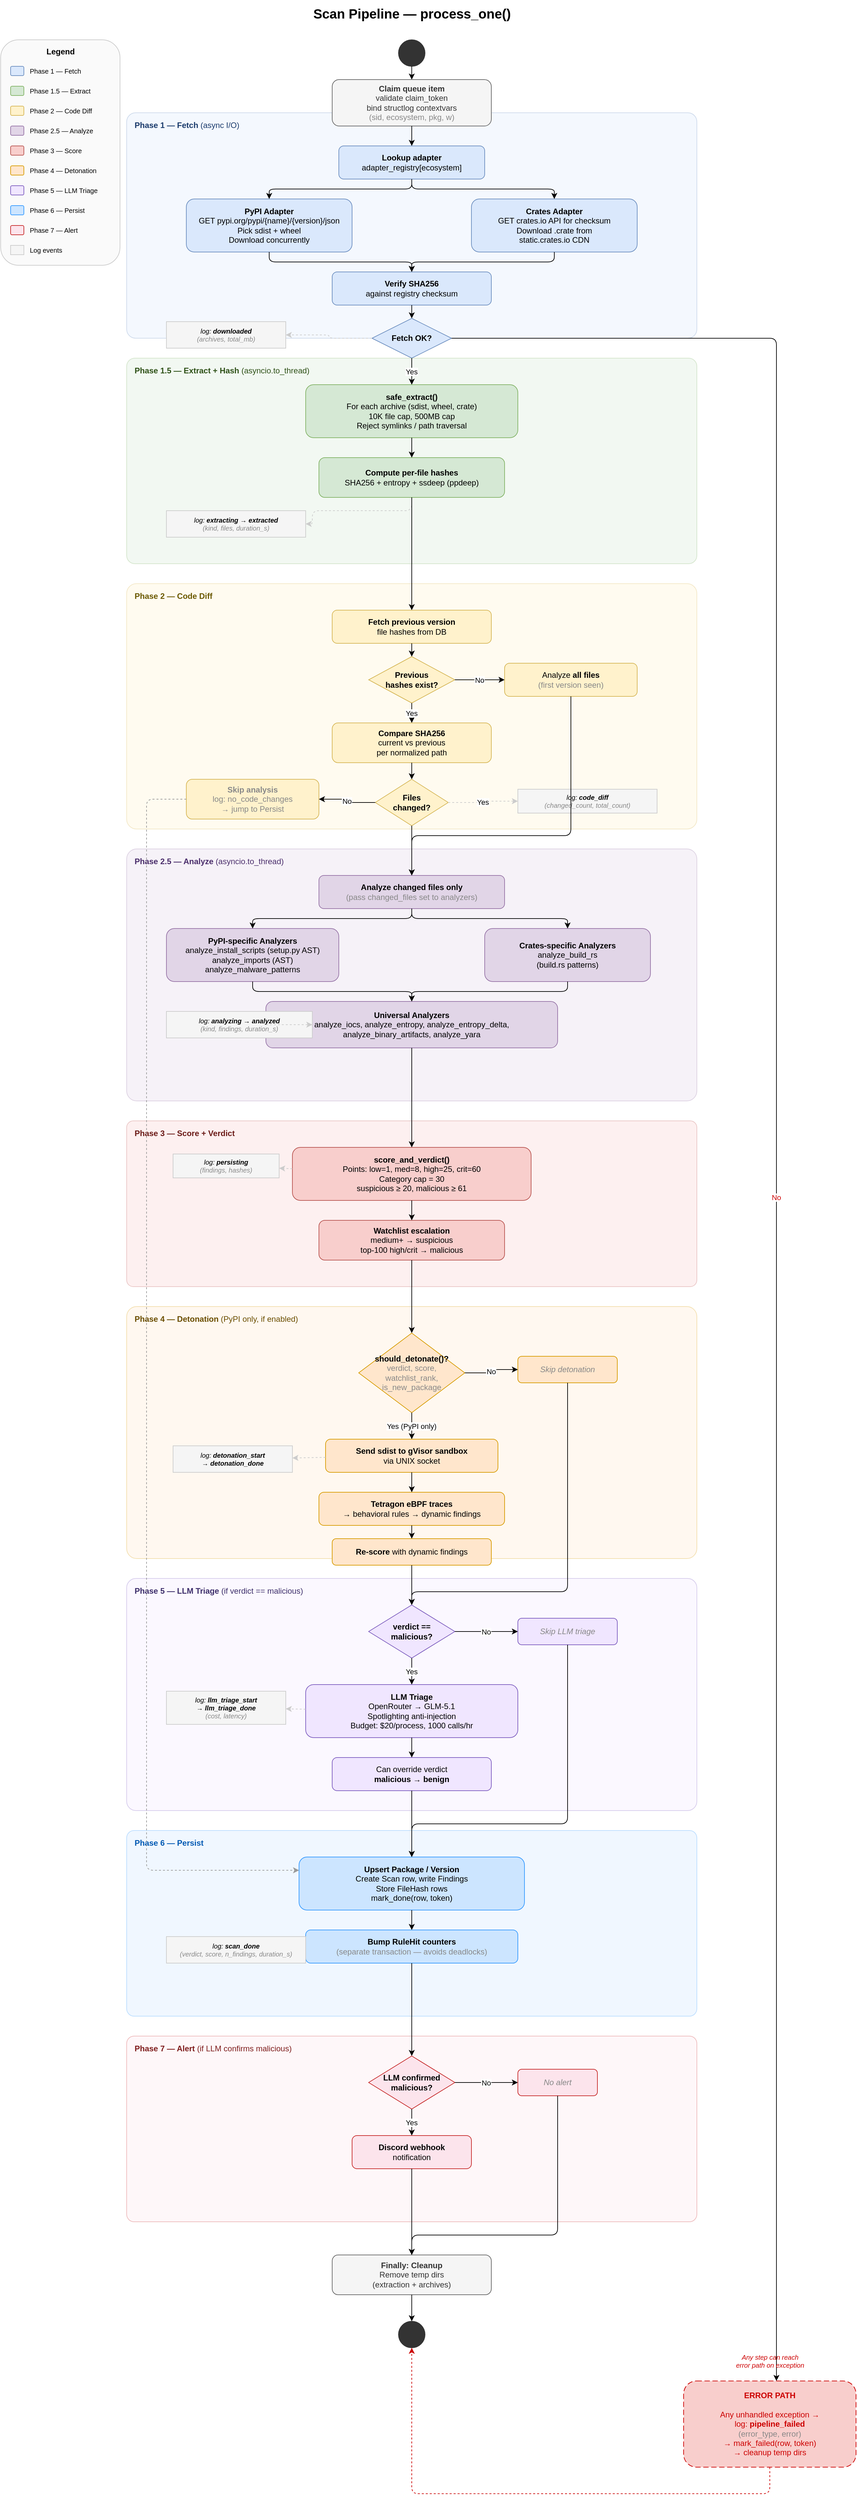
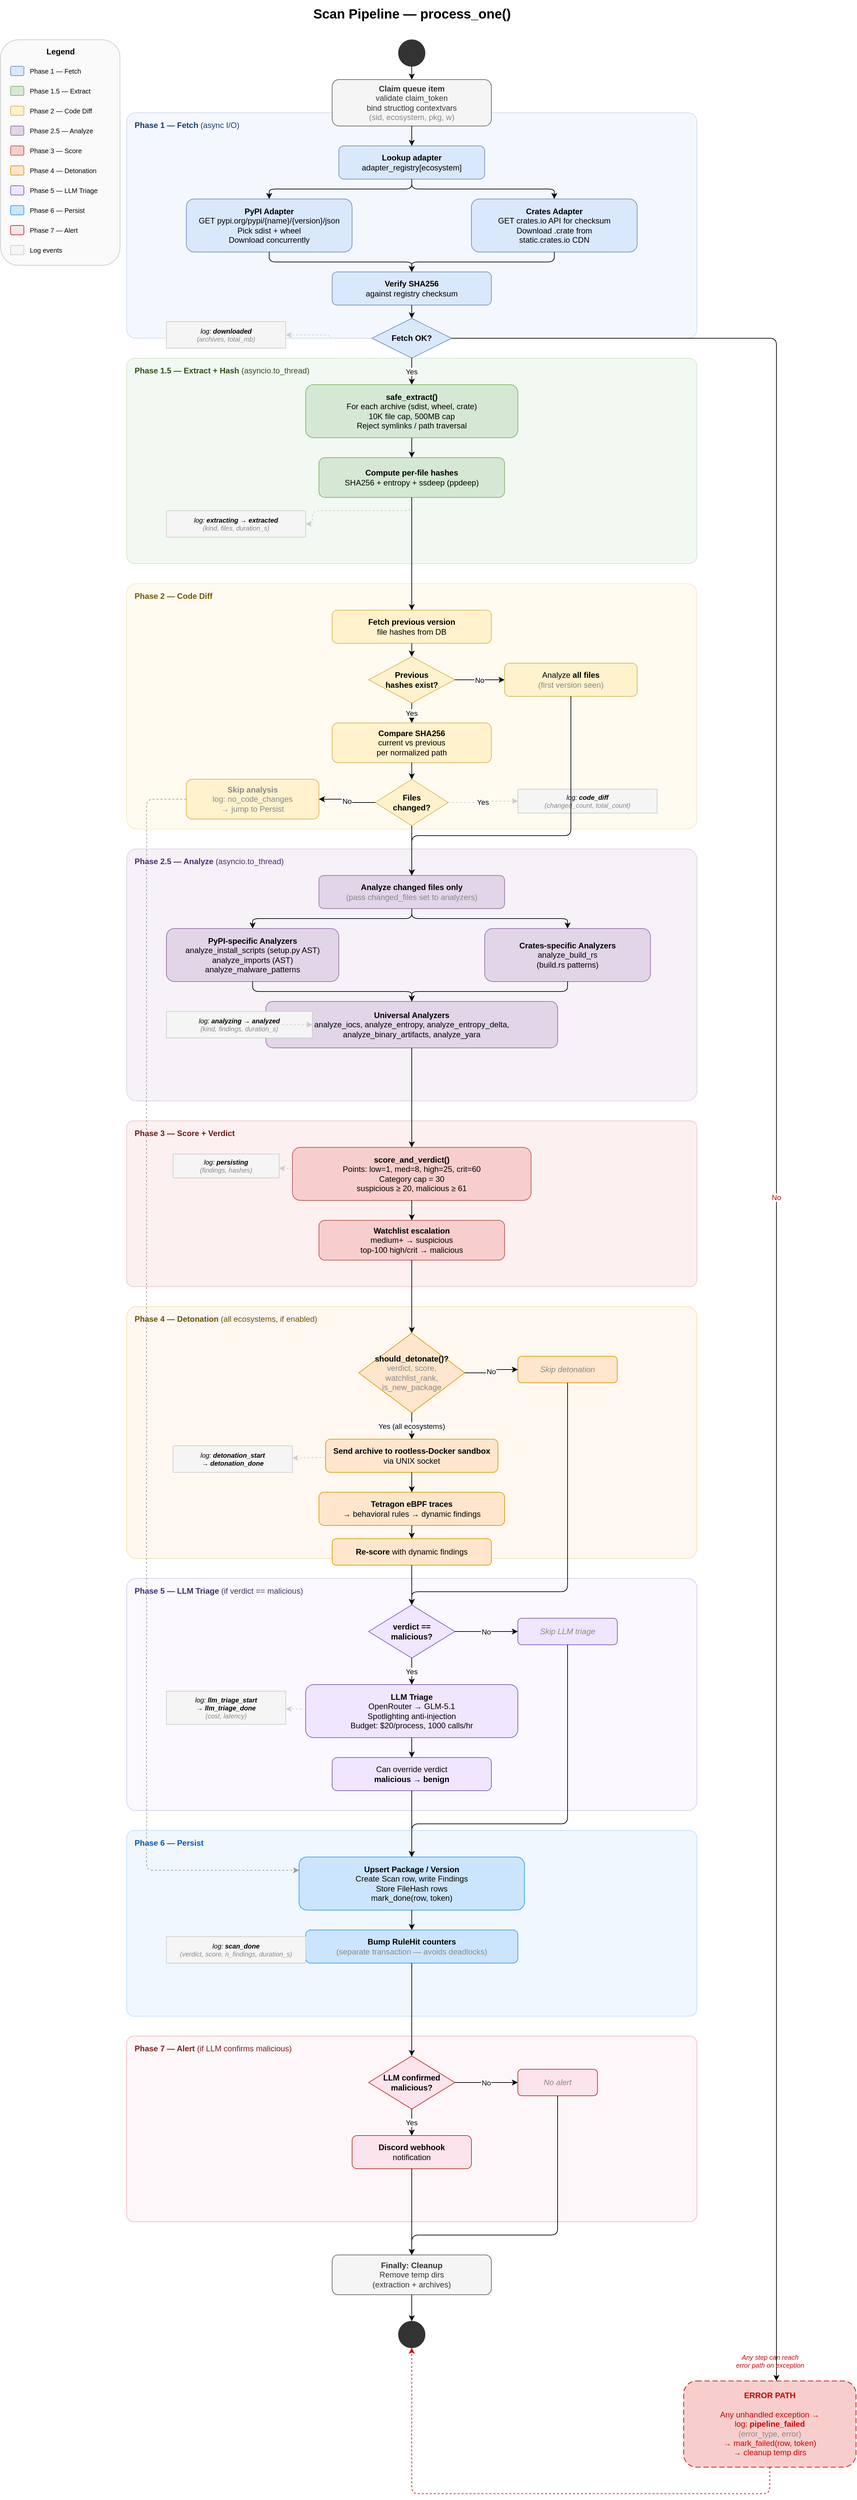
<?xml version="1.0" encoding="UTF-8"?>
<mxfile host="app.diagrams.net" modified="2026-05-23T00:00:00.000Z" agent="draw.io" version="24.0.0" type="device">
  <diagram id="scan-pipeline" name="Scan Pipeline — process_one()">
    <mxGraphModel dx="1800" dy="2400" grid="1" gridSize="10" guides="1" tooltips="1" connect="1" arrows="1" fold="1" page="1" pageScale="1" pageWidth="1400" pageHeight="4800" math="0" shadow="0">
      <root>
        <mxCell id="0"/>
        <mxCell id="1" parent="0"/>

        <!-- ===== TITLE ===== -->
        <mxCell id="title" value="&lt;b&gt;Scan Pipeline — process_one()&lt;/b&gt;" style="text;html=1;align=center;verticalAlign=middle;resizable=0;points=[];autosize=1;fontSize=20;" vertex="1" parent="1">
          <mxGeometry x="440" y="20" width="420" height="40" as="geometry"/>
        </mxCell>

        <!-- ===== PHASE SWIMLANE BACKGROUNDS ===== -->
        <!-- Phase 1 - Fetch background -->
        <mxCell id="bg_p1" value="" style="rounded=1;whiteSpace=wrap;html=1;fillColor=#dae8fc;strokeColor=#6c8ebf;opacity=30;arcSize=4;" vertex="1" parent="1">
          <mxGeometry x="220" y="190" width="860" height="340" as="geometry"/>
        </mxCell>
        <mxCell id="bg_p1_label" value="&lt;b&gt;Phase 1 — Fetch&lt;/b&gt;  (async I/O)" style="text;html=1;align=left;verticalAlign=top;fontSize=12;fontColor=#1a3a6b;" vertex="1" parent="1">
          <mxGeometry x="230" y="195" width="200" height="24" as="geometry"/>
        </mxCell>

        <!-- Phase 1.5 - Extract+Hash background -->
        <mxCell id="bg_p15" value="" style="rounded=1;whiteSpace=wrap;html=1;fillColor=#d5e8d4;strokeColor=#82b366;opacity=30;arcSize=4;" vertex="1" parent="1">
          <mxGeometry x="220" y="560" width="860" height="310" as="geometry"/>
        </mxCell>
        <mxCell id="bg_p15_label" value="&lt;b&gt;Phase 1.5 — Extract + Hash&lt;/b&gt;  (asyncio.to_thread)" style="text;html=1;align=left;verticalAlign=top;fontSize=12;fontColor=#2d5016;" vertex="1" parent="1">
          <mxGeometry x="230" y="565" width="340" height="24" as="geometry"/>
        </mxCell>

        <!-- Phase 2 - Code Diff background -->
        <mxCell id="bg_p2" value="" style="rounded=1;whiteSpace=wrap;html=1;fillColor=#fff2cc;strokeColor=#d6b656;opacity=30;arcSize=4;" vertex="1" parent="1">
          <mxGeometry x="220" y="900" width="860" height="370" as="geometry"/>
        </mxCell>
        <mxCell id="bg_p2_label" value="&lt;b&gt;Phase 2 — Code Diff&lt;/b&gt;" style="text;html=1;align=left;verticalAlign=top;fontSize=12;fontColor=#6b5900;" vertex="1" parent="1">
          <mxGeometry x="230" y="905" width="200" height="24" as="geometry"/>
        </mxCell>

        <!-- Phase 2.5 - Analyze background -->
        <mxCell id="bg_p25" value="" style="rounded=1;whiteSpace=wrap;html=1;fillColor=#e1d5e7;strokeColor=#9673a6;opacity=30;arcSize=4;" vertex="1" parent="1">
          <mxGeometry x="220" y="1300" width="860" height="380" as="geometry"/>
        </mxCell>
        <mxCell id="bg_p25_label" value="&lt;b&gt;Phase 2.5 — Analyze&lt;/b&gt;  (asyncio.to_thread)" style="text;html=1;align=left;verticalAlign=top;fontSize=12;fontColor=#4a2d6b;" vertex="1" parent="1">
          <mxGeometry x="230" y="1305" width="310" height="24" as="geometry"/>
        </mxCell>

        <!-- Phase 3 - Score+Verdict background -->
        <mxCell id="bg_p3" value="" style="rounded=1;whiteSpace=wrap;html=1;fillColor=#f8cecc;strokeColor=#b85450;opacity=30;arcSize=4;" vertex="1" parent="1">
          <mxGeometry x="220" y="1710" width="860" height="250" as="geometry"/>
        </mxCell>
        <mxCell id="bg_p3_label" value="&lt;b&gt;Phase 3 — Score + Verdict&lt;/b&gt;" style="text;html=1;align=left;verticalAlign=top;fontSize=12;fontColor=#6b1a17;" vertex="1" parent="1">
          <mxGeometry x="230" y="1715" width="200" height="24" as="geometry"/>
        </mxCell>

        <!-- Phase 4 - Detonation background -->
        <mxCell id="bg_p4" value="" style="rounded=1;whiteSpace=wrap;html=1;fillColor=#ffe6cc;strokeColor=#d79b00;opacity=30;arcSize=4;" vertex="1" parent="1">
          <mxGeometry x="220" y="1990" width="860" height="380" as="geometry"/>
        </mxCell>
-         <mxCell id="bg_p4_label" value="&lt;b&gt;Phase 4 — Detonation&lt;/b&gt;  (PyPI only, if enabled)" style="text;html=1;align=left;verticalAlign=top;fontSize=12;fontColor=#6b4e00;" vertex="1" parent="1">
+         <mxCell id="bg_p4_label" value="&lt;b&gt;Phase 4 — Detonation&lt;/b&gt;  (all ecosystems, if enabled)" style="text;html=1;align=left;verticalAlign=top;fontSize=12;fontColor=#6b4e00;" vertex="1" parent="1">
          <mxGeometry x="230" y="1995" width="340" height="24" as="geometry"/>
        </mxCell>

        <!-- Phase 5 - LLM Triage background -->
        <mxCell id="bg_p5" value="" style="rounded=1;whiteSpace=wrap;html=1;fillColor=#f0e6ff;strokeColor=#7c5cbf;opacity=30;arcSize=4;" vertex="1" parent="1">
          <mxGeometry x="220" y="2400" width="860" height="350" as="geometry"/>
        </mxCell>
        <mxCell id="bg_p5_label" value="&lt;b&gt;Phase 5 — LLM Triage&lt;/b&gt;  (if verdict == malicious)" style="text;html=1;align=left;verticalAlign=top;fontSize=12;fontColor=#3d2e6b;" vertex="1" parent="1">
          <mxGeometry x="230" y="2405" width="340" height="24" as="geometry"/>
        </mxCell>

        <!-- Phase 6 - Persist background -->
        <mxCell id="bg_p6" value="" style="rounded=1;whiteSpace=wrap;html=1;fillColor=#cce5ff;strokeColor=#3399ff;opacity=30;arcSize=4;" vertex="1" parent="1">
          <mxGeometry x="220" y="2780" width="860" height="280" as="geometry"/>
        </mxCell>
        <mxCell id="bg_p6_label" value="&lt;b&gt;Phase 6 — Persist&lt;/b&gt;" style="text;html=1;align=left;verticalAlign=top;fontSize=12;fontColor=#0059b3;" vertex="1" parent="1">
          <mxGeometry x="230" y="2785" width="200" height="24" as="geometry"/>
        </mxCell>

        <!-- Phase 7 - Alert background -->
        <mxCell id="bg_p7" value="" style="rounded=1;whiteSpace=wrap;html=1;fillColor=#fce4ec;strokeColor=#c62828;opacity=30;arcSize=4;" vertex="1" parent="1">
          <mxGeometry x="220" y="3090" width="860" height="280" as="geometry"/>
        </mxCell>
        <mxCell id="bg_p7_label" value="&lt;b&gt;Phase 7 — Alert&lt;/b&gt;  (if LLM confirms malicious)" style="text;html=1;align=left;verticalAlign=top;fontSize=12;fontColor=#7f1d1d;" vertex="1" parent="1">
          <mxGeometry x="230" y="3095" width="340" height="24" as="geometry"/>
        </mxCell>

        <!-- ===== START ===== -->
        <mxCell id="start" value="" style="ellipse;whiteSpace=wrap;html=1;fillColor=#333333;strokeColor=#333333;" vertex="1" parent="1">
          <mxGeometry x="630" y="80" width="40" height="40" as="geometry"/>
        </mxCell>
        <mxCell id="n_claim" value="&lt;b&gt;Claim queue item&lt;/b&gt;&lt;br&gt;validate claim_token&lt;br&gt;bind structlog contextvars&lt;br&gt;&lt;font color=&quot;#888888&quot;&gt;(sid, ecosystem, pkg, w)&lt;/font&gt;" style="rounded=1;whiteSpace=wrap;html=1;fillColor=#f5f5f5;strokeColor=#666666;fontColor=#333333;" vertex="1" parent="1">
          <mxGeometry x="530" y="140" width="240" height="70" as="geometry"/>
        </mxCell>
        <mxCell id="e_start_claim" style="edgeStyle=orthogonalEdgeStyle;" edge="1" source="start" target="n_claim" parent="1">
          <mxGeometry relative="1" as="geometry"/>
        </mxCell>

        <!-- ===== PHASE 1 — FETCH ===== -->
        <mxCell id="n_adapter" value="&lt;b&gt;Lookup adapter&lt;/b&gt;&lt;br&gt;adapter_registry[ecosystem]" style="rounded=1;whiteSpace=wrap;html=1;fillColor=#dae8fc;strokeColor=#6c8ebf;" vertex="1" parent="1">
          <mxGeometry x="540" y="240" width="220" height="50" as="geometry"/>
        </mxCell>
        <mxCell id="e_claim_adapter" style="edgeStyle=orthogonalEdgeStyle;" edge="1" source="n_claim" target="n_adapter" parent="1">
          <mxGeometry relative="1" as="geometry"/>
        </mxCell>

        <!-- PyPI path -->
        <mxCell id="n_pypi_fetch" value="&lt;b&gt;PyPI Adapter&lt;/b&gt;&lt;br&gt;GET pypi.org/pypi/{name}/{version}/json&lt;br&gt;Pick sdist + wheel&lt;br&gt;Download concurrently" style="rounded=1;whiteSpace=wrap;html=1;fillColor=#dae8fc;strokeColor=#6c8ebf;" vertex="1" parent="1">
          <mxGeometry x="310" y="320" width="250" height="80" as="geometry"/>
        </mxCell>
        <!-- Crates path -->
        <mxCell id="n_crates_fetch" value="&lt;b&gt;Crates Adapter&lt;/b&gt;&lt;br&gt;GET crates.io API for checksum&lt;br&gt;Download .crate from&lt;br&gt;static.crates.io CDN" style="rounded=1;whiteSpace=wrap;html=1;fillColor=#dae8fc;strokeColor=#6c8ebf;" vertex="1" parent="1">
          <mxGeometry x="740" y="320" width="250" height="80" as="geometry"/>
        </mxCell>
        <mxCell id="e_adapter_pypi" style="edgeStyle=orthogonalEdgeStyle;" edge="1" source="n_adapter" target="n_pypi_fetch" parent="1">
          <mxGeometry relative="1" as="geometry"/>
        </mxCell>
        <mxCell id="e_adapter_crates" style="edgeStyle=orthogonalEdgeStyle;" edge="1" source="n_adapter" target="n_crates_fetch" parent="1">
          <mxGeometry relative="1" as="geometry"/>
        </mxCell>

        <!-- Verify SHA256 -->
        <mxCell id="n_verify_sha" value="&lt;b&gt;Verify SHA256&lt;/b&gt;&lt;br&gt;against registry checksum" style="rounded=1;whiteSpace=wrap;html=1;fillColor=#dae8fc;strokeColor=#6c8ebf;" vertex="1" parent="1">
          <mxGeometry x="530" y="430" width="240" height="50" as="geometry"/>
        </mxCell>
        <mxCell id="e_pypi_sha" style="edgeStyle=orthogonalEdgeStyle;" edge="1" source="n_pypi_fetch" target="n_verify_sha" parent="1">
          <mxGeometry relative="1" as="geometry"/>
        </mxCell>
        <mxCell id="e_crates_sha" style="edgeStyle=orthogonalEdgeStyle;" edge="1" source="n_crates_fetch" target="n_verify_sha" parent="1">
          <mxGeometry relative="1" as="geometry"/>
        </mxCell>

        <!-- Fetch OK? diamond -->
        <mxCell id="d_fetch_ok" value="&lt;b&gt;Fetch OK?&lt;/b&gt;" style="rhombus;whiteSpace=wrap;html=1;fillColor=#dae8fc;strokeColor=#6c8ebf;" vertex="1" parent="1">
          <mxGeometry x="590" y="500" width="120" height="60" as="geometry"/>
        </mxCell>
        <mxCell id="e_sha_fetchok" style="edgeStyle=orthogonalEdgeStyle;" edge="1" source="n_verify_sha" target="d_fetch_ok" parent="1">
          <mxGeometry relative="1" as="geometry"/>
        </mxCell>
        <!-- Fetch fail → error path -->
        <mxCell id="e_fetchok_fail" value="No" style="edgeStyle=orthogonalEdgeStyle;fontColor=#cc0000;" edge="1" source="d_fetch_ok" target="n_error" parent="1">
          <mxGeometry relative="1" as="geometry">
            <Array as="points">
              <mxPoint x="1200" y="530"/>
              <mxPoint x="1200" y="3660"/>
            </Array>
          </mxGeometry>
        </mxCell>

        <!-- Log downloaded -->
        <mxCell id="n_log_downloaded" value="log: &lt;b&gt;downloaded&lt;/b&gt;&lt;br&gt;&lt;font color=&quot;#888888&quot;&gt;(archives, total_mb)&lt;/font&gt;" style="rounded=0;whiteSpace=wrap;html=1;fillColor=#f5f5f5;strokeColor=#CCCCCC;fontStyle=2;fontSize=10;" vertex="1" parent="1">
          <mxGeometry x="280" y="505" width="180" height="40" as="geometry"/>
        </mxCell>
        <mxCell id="e_fetchok_log" style="edgeStyle=orthogonalEdgeStyle;dashed=1;strokeColor=#CCCCCC;" edge="1" source="d_fetch_ok" target="n_log_downloaded" parent="1">
          <mxGeometry relative="1" as="geometry"/>
        </mxCell>

        <!-- ===== PHASE 1.5 — EXTRACT + HASH ===== -->
        <mxCell id="n_extract" value="&lt;b&gt;safe_extract()&lt;/b&gt;&lt;br&gt;For each archive (sdist, wheel, crate)&lt;br&gt;10K file cap, 500MB cap&lt;br&gt;Reject symlinks / path traversal" style="rounded=1;whiteSpace=wrap;html=1;fillColor=#d5e8d4;strokeColor=#82b366;" vertex="1" parent="1">
          <mxGeometry x="490" y="600" width="320" height="80" as="geometry"/>
        </mxCell>
        <mxCell id="e_fetchok_extract" value="Yes" style="edgeStyle=orthogonalEdgeStyle;" edge="1" source="d_fetch_ok" target="n_extract" parent="1">
          <mxGeometry relative="1" as="geometry"/>
        </mxCell>

        <mxCell id="n_hash" value="&lt;b&gt;Compute per-file hashes&lt;/b&gt;&lt;br&gt;SHA256 + entropy + ssdeep (ppdeep)" style="rounded=1;whiteSpace=wrap;html=1;fillColor=#d5e8d4;strokeColor=#82b366;" vertex="1" parent="1">
          <mxGeometry x="510" y="710" width="280" height="60" as="geometry"/>
        </mxCell>
        <mxCell id="e_extract_hash" style="edgeStyle=orthogonalEdgeStyle;" edge="1" source="n_extract" target="n_hash" parent="1">
          <mxGeometry relative="1" as="geometry"/>
        </mxCell>

        <!-- Log extracted -->
        <mxCell id="n_log_extracted" value="log: &lt;b&gt;extracting&lt;/b&gt; → &lt;b&gt;extracted&lt;/b&gt;&lt;br&gt;&lt;font color=&quot;#888888&quot;&gt;(kind, files, duration_s)&lt;/font&gt;" style="rounded=0;whiteSpace=wrap;html=1;fillColor=#f5f5f5;strokeColor=#CCCCCC;fontStyle=2;fontSize=10;" vertex="1" parent="1">
          <mxGeometry x="280" y="790" width="210" height="40" as="geometry"/>
        </mxCell>
        <mxCell id="e_hash_log" style="edgeStyle=orthogonalEdgeStyle;dashed=1;strokeColor=#CCCCCC;" edge="1" source="n_hash" target="n_log_extracted" parent="1">
          <mxGeometry relative="1" as="geometry">
            <Array as="points">
              <mxPoint x="650" y="790"/>
              <mxPoint x="500" y="790"/>
            </Array>
          </mxGeometry>
        </mxCell>

        <!-- ===== PHASE 2 — CODE DIFF ===== -->
        <mxCell id="n_fetch_prev" value="&lt;b&gt;Fetch previous version&lt;/b&gt;&lt;br&gt;file hashes from DB" style="rounded=1;whiteSpace=wrap;html=1;fillColor=#fff2cc;strokeColor=#d6b656;" vertex="1" parent="1">
          <mxGeometry x="530" y="940" width="240" height="50" as="geometry"/>
        </mxCell>
        <mxCell id="e_hash_fetchprev" style="edgeStyle=orthogonalEdgeStyle;" edge="1" source="n_hash" target="n_fetch_prev" parent="1">
          <mxGeometry relative="1" as="geometry"/>
        </mxCell>

        <!-- Decision: previous hashes exist? -->
        <mxCell id="d_prev_exist" value="&lt;b&gt;Previous&lt;br&gt;hashes exist?&lt;/b&gt;" style="rhombus;whiteSpace=wrap;html=1;fillColor=#fff2cc;strokeColor=#d6b656;" vertex="1" parent="1">
          <mxGeometry x="585" y="1010" width="130" height="70" as="geometry"/>
        </mxCell>
        <mxCell id="e_fetchprev_exist" style="edgeStyle=orthogonalEdgeStyle;" edge="1" source="n_fetch_prev" target="d_prev_exist" parent="1">
          <mxGeometry relative="1" as="geometry"/>
        </mxCell>

        <!-- No previous → analyze all files -->
        <mxCell id="n_analyze_all" value="Analyze &lt;b&gt;all files&lt;/b&gt;&lt;br&gt;&lt;font color=&quot;#888888&quot;&gt;(first version seen)&lt;/font&gt;" style="rounded=1;whiteSpace=wrap;html=1;fillColor=#fff2cc;strokeColor=#d6b656;" vertex="1" parent="1">
          <mxGeometry x="790" y="1020" width="200" height="50" as="geometry"/>
        </mxCell>
        <mxCell id="e_noexist" value="No" style="edgeStyle=orthogonalEdgeStyle;" edge="1" source="d_prev_exist" target="n_analyze_all" parent="1">
          <mxGeometry relative="1" as="geometry"/>
        </mxCell>

        <!-- Yes previous → compare -->
        <mxCell id="n_compare" value="&lt;b&gt;Compare SHA256&lt;/b&gt;&lt;br&gt;current vs previous&lt;br&gt;per normalized path" style="rounded=1;whiteSpace=wrap;html=1;fillColor=#fff2cc;strokeColor=#d6b656;" vertex="1" parent="1">
          <mxGeometry x="530" y="1110" width="240" height="60" as="geometry"/>
        </mxCell>
        <mxCell id="e_exist_compare" value="Yes" style="edgeStyle=orthogonalEdgeStyle;" edge="1" source="d_prev_exist" target="n_compare" parent="1">
          <mxGeometry relative="1" as="geometry"/>
        </mxCell>

        <!-- Decision: files changed? -->
        <mxCell id="d_changed" value="&lt;b&gt;Files&lt;br&gt;changed?&lt;/b&gt;" style="rhombus;whiteSpace=wrap;html=1;fillColor=#fff2cc;strokeColor=#d6b656;" vertex="1" parent="1">
          <mxGeometry x="595" y="1195" width="110" height="70" as="geometry"/>
        </mxCell>
        <mxCell id="e_compare_changed" style="edgeStyle=orthogonalEdgeStyle;" edge="1" source="n_compare" target="d_changed" parent="1">
          <mxGeometry relative="1" as="geometry"/>
        </mxCell>

        <!-- No changes → skip -->
        <mxCell id="n_skip" value="&lt;b&gt;Skip analysis&lt;/b&gt;&lt;br&gt;log: no_code_changes&lt;br&gt;→ jump to Persist" style="rounded=1;whiteSpace=wrap;html=1;fillColor=#fff2cc;strokeColor=#d6b656;fontColor=#888888;" vertex="1" parent="1">
          <mxGeometry x="310" y="1195" width="200" height="60" as="geometry"/>
        </mxCell>
        <mxCell id="e_nochanged_skip" value="No" style="edgeStyle=orthogonalEdgeStyle;" edge="1" source="d_changed" target="n_skip" parent="1">
          <mxGeometry relative="1" as="geometry"/>
        </mxCell>
        <!-- Skip → Persist (long arrow) -->
        <mxCell id="e_skip_persist" style="edgeStyle=orthogonalEdgeStyle;dashed=1;strokeColor=#999999;" edge="1" source="n_skip" target="n_persist" parent="1">
          <mxGeometry relative="1" as="geometry">
            <Array as="points">
              <mxPoint x="250" y="1225"/>
              <mxPoint x="250" y="2840"/>
            </Array>
          </mxGeometry>
        </mxCell>

        <!-- Log code_diff -->
        <mxCell id="n_log_diff" value="log: &lt;b&gt;code_diff&lt;/b&gt;&lt;br&gt;&lt;font color=&quot;#888888&quot;&gt;(changed_count, total_count)&lt;/font&gt;" style="rounded=0;whiteSpace=wrap;html=1;fillColor=#f5f5f5;strokeColor=#CCCCCC;fontStyle=2;fontSize=10;" vertex="1" parent="1">
          <mxGeometry x="810" y="1210" width="210" height="36" as="geometry"/>
        </mxCell>
        <mxCell id="e_changed_log" value="Yes" style="edgeStyle=orthogonalEdgeStyle;dashed=1;strokeColor=#CCCCCC;" edge="1" source="d_changed" target="n_log_diff" parent="1">
          <mxGeometry relative="1" as="geometry"/>
        </mxCell>

        <!-- ===== PHASE 2.5 — ANALYZE ===== -->
        <mxCell id="n_analyze_merge" value="&lt;b&gt;Analyze changed files only&lt;/b&gt;&lt;br&gt;&lt;font color=&quot;#888888&quot;&gt;(pass changed_files set to analyzers)&lt;/font&gt;" style="rounded=1;whiteSpace=wrap;html=1;fillColor=#e1d5e7;strokeColor=#9673a6;" vertex="1" parent="1">
          <mxGeometry x="510" y="1340" width="280" height="50" as="geometry"/>
        </mxCell>
        <mxCell id="e_changed_analyze" style="edgeStyle=orthogonalEdgeStyle;" edge="1" source="d_changed" target="n_analyze_merge" parent="1">
          <mxGeometry relative="1" as="geometry"/>
        </mxCell>
        <mxCell id="e_analyzeall_merge" style="edgeStyle=orthogonalEdgeStyle;" edge="1" source="n_analyze_all" target="n_analyze_merge" parent="1">
          <mxGeometry relative="1" as="geometry">
            <Array as="points">
              <mxPoint x="890" y="1280"/>
              <mxPoint x="650" y="1280"/>
            </Array>
          </mxGeometry>
        </mxCell>

        <!-- PyPI analyzers -->
        <mxCell id="n_pypi_analyze" value="&lt;b&gt;PyPI-specific Analyzers&lt;/b&gt;&lt;br&gt;analyze_install_scripts (setup.py AST)&lt;br&gt;analyze_imports (AST)&lt;br&gt;analyze_malware_patterns" style="rounded=1;whiteSpace=wrap;html=1;fillColor=#e1d5e7;strokeColor=#9673a6;" vertex="1" parent="1">
          <mxGeometry x="280" y="1420" width="260" height="80" as="geometry"/>
        </mxCell>
        <!-- Crates analyzers -->
        <mxCell id="n_crates_analyze" value="&lt;b&gt;Crates-specific Analyzers&lt;/b&gt;&lt;br&gt;analyze_build_rs&lt;br&gt;(build.rs patterns)" style="rounded=1;whiteSpace=wrap;html=1;fillColor=#e1d5e7;strokeColor=#9673a6;" vertex="1" parent="1">
          <mxGeometry x="760" y="1420" width="250" height="80" as="geometry"/>
        </mxCell>
        <mxCell id="e_merge_pypi_a" style="edgeStyle=orthogonalEdgeStyle;" edge="1" source="n_analyze_merge" target="n_pypi_analyze" parent="1">
          <mxGeometry relative="1" as="geometry"/>
        </mxCell>
        <mxCell id="e_merge_crates_a" style="edgeStyle=orthogonalEdgeStyle;" edge="1" source="n_analyze_merge" target="n_crates_analyze" parent="1">
          <mxGeometry relative="1" as="geometry"/>
        </mxCell>

        <!-- Universal analyzers -->
        <mxCell id="n_universal" value="&lt;b&gt;Universal Analyzers&lt;/b&gt;&lt;br&gt;analyze_iocs, analyze_entropy, analyze_entropy_delta,&lt;br&gt;analyze_binary_artifacts, analyze_yara" style="rounded=1;whiteSpace=wrap;html=1;fillColor=#e1d5e7;strokeColor=#9673a6;" vertex="1" parent="1">
          <mxGeometry x="430" y="1530" width="440" height="70" as="geometry"/>
        </mxCell>
        <mxCell id="e_pypi_univ" style="edgeStyle=orthogonalEdgeStyle;" edge="1" source="n_pypi_analyze" target="n_universal" parent="1">
          <mxGeometry relative="1" as="geometry"/>
        </mxCell>
        <mxCell id="e_crates_univ" style="edgeStyle=orthogonalEdgeStyle;" edge="1" source="n_crates_analyze" target="n_universal" parent="1">
          <mxGeometry relative="1" as="geometry"/>
        </mxCell>

        <!-- Log analyzed -->
        <mxCell id="n_log_analyzed" value="log: &lt;b&gt;analyzing&lt;/b&gt; → &lt;b&gt;analyzed&lt;/b&gt;&lt;br&gt;&lt;font color=&quot;#888888&quot;&gt;(kind, findings, duration_s)&lt;/font&gt;" style="rounded=0;whiteSpace=wrap;html=1;fillColor=#f5f5f5;strokeColor=#CCCCCC;fontStyle=2;fontSize=10;" vertex="1" parent="1">
          <mxGeometry x="280" y="1545" width="220" height="40" as="geometry"/>
        </mxCell>
        <mxCell id="e_univ_log" style="dashed=1;strokeColor=#CCCCCC;" edge="1" source="n_universal" target="n_log_analyzed" parent="1">
          <mxGeometry relative="1" as="geometry"/>
        </mxCell>

        <!-- ===== PHASE 3 — SCORE + VERDICT ===== -->
        <mxCell id="n_score" value="&lt;b&gt;score_and_verdict()&lt;/b&gt;&lt;br&gt;Points: low=1, med=8, high=25, crit=60&lt;br&gt;Category cap = 30&lt;br&gt;suspicious &amp;ge; 20, malicious &amp;ge; 61" style="rounded=1;whiteSpace=wrap;html=1;fillColor=#f8cecc;strokeColor=#b85450;" vertex="1" parent="1">
          <mxGeometry x="470" y="1750" width="360" height="80" as="geometry"/>
        </mxCell>
        <mxCell id="e_univ_score" style="edgeStyle=orthogonalEdgeStyle;" edge="1" source="n_universal" target="n_score" parent="1">
          <mxGeometry relative="1" as="geometry"/>
        </mxCell>

        <mxCell id="n_watchlist_esc" value="&lt;b&gt;Watchlist escalation&lt;/b&gt;&lt;br&gt;medium+ → suspicious&lt;br&gt;top-100 high/crit → malicious" style="rounded=1;whiteSpace=wrap;html=1;fillColor=#f8cecc;strokeColor=#b85450;" vertex="1" parent="1">
          <mxGeometry x="510" y="1860" width="280" height="60" as="geometry"/>
        </mxCell>
        <mxCell id="e_score_escalate" style="edgeStyle=orthogonalEdgeStyle;" edge="1" source="n_score" target="n_watchlist_esc" parent="1">
          <mxGeometry relative="1" as="geometry"/>
        </mxCell>

        <!-- Log persisting -->
        <mxCell id="n_log_persisting" value="log: &lt;b&gt;persisting&lt;/b&gt;&lt;br&gt;&lt;font color=&quot;#888888&quot;&gt;(findings, hashes)&lt;/font&gt;" style="rounded=0;whiteSpace=wrap;html=1;fillColor=#f5f5f5;strokeColor=#CCCCCC;fontStyle=2;fontSize=10;" vertex="1" parent="1">
          <mxGeometry x="290" y="1760" width="160" height="36" as="geometry"/>
        </mxCell>
        <mxCell id="e_score_logp" style="dashed=1;strokeColor=#CCCCCC;" edge="1" source="n_score" target="n_log_persisting" parent="1">
          <mxGeometry relative="1" as="geometry"/>
        </mxCell>

        <!-- ===== PHASE 4 — DETONATION ===== -->
        <mxCell id="d_detonate" value="&lt;b&gt;should_detonate()?&lt;/b&gt;&lt;br&gt;&lt;font color=&quot;#888888&quot;&gt;verdict, score,&lt;br&gt;watchlist_rank,&lt;br&gt;is_new_package&lt;/font&gt;" style="rhombus;whiteSpace=wrap;html=1;fillColor=#ffe6cc;strokeColor=#d79b00;" vertex="1" parent="1">
          <mxGeometry x="570" y="2030" width="160" height="120" as="geometry"/>
        </mxCell>
        <mxCell id="e_esc_detonate" style="edgeStyle=orthogonalEdgeStyle;" edge="1" source="n_watchlist_esc" target="d_detonate" parent="1">
          <mxGeometry relative="1" as="geometry"/>
        </mxCell>

        <!-- Detonate: No → skip to LLM check -->
        <mxCell id="n_det_skip" value="&lt;font color=&quot;#888888&quot;&gt;Skip detonation&lt;/font&gt;" style="rounded=1;whiteSpace=wrap;html=1;fillColor=#ffe6cc;strokeColor=#d79b00;fontStyle=2;" vertex="1" parent="1">
          <mxGeometry x="810" y="2065" width="150" height="40" as="geometry"/>
        </mxCell>
        <mxCell id="e_det_no" value="No" style="edgeStyle=orthogonalEdgeStyle;" edge="1" source="d_detonate" target="n_det_skip" parent="1">
          <mxGeometry relative="1" as="geometry"/>
        </mxCell>

        <!-- Detonate: Yes -->
-         <mxCell id="n_sandbox" value="&lt;b&gt;Send sdist to gVisor sandbox&lt;/b&gt;&lt;br&gt;via UNIX socket" style="rounded=1;whiteSpace=wrap;html=1;fillColor=#ffe6cc;strokeColor=#d79b00;" vertex="1" parent="1">
+         <mxCell id="n_sandbox" value="&lt;b&gt;Send archive to rootless-Docker sandbox&lt;/b&gt;&lt;br&gt;via UNIX socket" style="rounded=1;whiteSpace=wrap;html=1;fillColor=#ffe6cc;strokeColor=#d79b00;" vertex="1" parent="1">
          <mxGeometry x="520" y="2190" width="260" height="50" as="geometry"/>
        </mxCell>
-         <mxCell id="e_det_yes" value="Yes (PyPI only)" style="edgeStyle=orthogonalEdgeStyle;" edge="1" source="d_detonate" target="n_sandbox" parent="1">
+         <mxCell id="e_det_yes" value="Yes (all ecosystems)" style="edgeStyle=orthogonalEdgeStyle;" edge="1" source="d_detonate" target="n_sandbox" parent="1">
          <mxGeometry relative="1" as="geometry"/>
        </mxCell>

        <mxCell id="n_tetragon" value="&lt;b&gt;Tetragon eBPF traces&lt;/b&gt;&lt;br&gt;→ behavioral rules → dynamic findings" style="rounded=1;whiteSpace=wrap;html=1;fillColor=#ffe6cc;strokeColor=#d79b00;" vertex="1" parent="1">
          <mxGeometry x="510" y="2270" width="280" height="50" as="geometry"/>
        </mxCell>
        <mxCell id="e_sandbox_tetragon" style="edgeStyle=orthogonalEdgeStyle;" edge="1" source="n_sandbox" target="n_tetragon" parent="1">
          <mxGeometry relative="1" as="geometry"/>
        </mxCell>

        <mxCell id="n_rescore" value="&lt;b&gt;Re-score&lt;/b&gt; with dynamic findings" style="rounded=1;whiteSpace=wrap;html=1;fillColor=#ffe6cc;strokeColor=#d79b00;" vertex="1" parent="1">
          <mxGeometry x="530" y="2340" width="240" height="40" as="geometry"/>
        </mxCell>
        <mxCell id="e_tetragon_rescore" style="edgeStyle=orthogonalEdgeStyle;" edge="1" source="n_tetragon" target="n_rescore" parent="1">
          <mxGeometry relative="1" as="geometry"/>
        </mxCell>

        <!-- Log detonation -->
        <mxCell id="n_log_det" value="log: &lt;b&gt;detonation_start&lt;/b&gt;&lt;br&gt;→ &lt;b&gt;detonation_done&lt;/b&gt;" style="rounded=0;whiteSpace=wrap;html=1;fillColor=#f5f5f5;strokeColor=#CCCCCC;fontStyle=2;fontSize=10;" vertex="1" parent="1">
          <mxGeometry x="290" y="2200" width="180" height="40" as="geometry"/>
        </mxCell>
        <mxCell id="e_sandbox_log" style="dashed=1;strokeColor=#CCCCCC;" edge="1" source="n_sandbox" target="n_log_det" parent="1">
          <mxGeometry relative="1" as="geometry"/>
        </mxCell>

        <!-- ===== PHASE 5 — LLM TRIAGE ===== -->
        <mxCell id="d_verdict_mal" value="&lt;b&gt;verdict ==&lt;br&gt;malicious?&lt;/b&gt;" style="rhombus;whiteSpace=wrap;html=1;fillColor=#f0e6ff;strokeColor=#7c5cbf;" vertex="1" parent="1">
          <mxGeometry x="585" y="2440" width="130" height="80" as="geometry"/>
        </mxCell>
        <mxCell id="e_rescore_verdict" style="edgeStyle=orthogonalEdgeStyle;" edge="1" source="n_rescore" target="d_verdict_mal" parent="1">
          <mxGeometry relative="1" as="geometry"/>
        </mxCell>
        <mxCell id="e_detskip_verdict" style="edgeStyle=orthogonalEdgeStyle;" edge="1" source="n_det_skip" target="d_verdict_mal" parent="1">
          <mxGeometry relative="1" as="geometry">
            <Array as="points">
              <mxPoint x="885" y="2420"/>
              <mxPoint x="650" y="2420"/>
            </Array>
          </mxGeometry>
        </mxCell>

        <!-- Not malicious → skip LLM -->
        <mxCell id="n_llm_skip" value="&lt;font color=&quot;#888888&quot;&gt;Skip LLM triage&lt;/font&gt;" style="rounded=1;whiteSpace=wrap;html=1;fillColor=#f0e6ff;strokeColor=#7c5cbf;fontStyle=2;" vertex="1" parent="1">
          <mxGeometry x="810" y="2460" width="150" height="40" as="geometry"/>
        </mxCell>
        <mxCell id="e_verdict_no" value="No" style="edgeStyle=orthogonalEdgeStyle;" edge="1" source="d_verdict_mal" target="n_llm_skip" parent="1">
          <mxGeometry relative="1" as="geometry"/>
        </mxCell>

        <!-- Malicious → LLM -->
        <mxCell id="n_llm" value="&lt;b&gt;LLM Triage&lt;/b&gt;&lt;br&gt;OpenRouter → GLM-5.1&lt;br&gt;Spotlighting anti-injection&lt;br&gt;Budget: $20/process, 1000 calls/hr" style="rounded=1;whiteSpace=wrap;html=1;fillColor=#f0e6ff;strokeColor=#7c5cbf;" vertex="1" parent="1">
          <mxGeometry x="490" y="2560" width="320" height="80" as="geometry"/>
        </mxCell>
        <mxCell id="e_verdict_yes" value="Yes" style="edgeStyle=orthogonalEdgeStyle;" edge="1" source="d_verdict_mal" target="n_llm" parent="1">
          <mxGeometry relative="1" as="geometry"/>
        </mxCell>

        <mxCell id="n_llm_override" value="Can override verdict&lt;br&gt;&lt;b&gt;malicious → benign&lt;/b&gt;" style="rounded=1;whiteSpace=wrap;html=1;fillColor=#f0e6ff;strokeColor=#7c5cbf;" vertex="1" parent="1">
          <mxGeometry x="530" y="2670" width="240" height="50" as="geometry"/>
        </mxCell>
        <mxCell id="e_llm_override" style="edgeStyle=orthogonalEdgeStyle;" edge="1" source="n_llm" target="n_llm_override" parent="1">
          <mxGeometry relative="1" as="geometry"/>
        </mxCell>

        <!-- Log LLM -->
        <mxCell id="n_log_llm" value="log: &lt;b&gt;llm_triage_start&lt;/b&gt;&lt;br&gt;→ &lt;b&gt;llm_triage_done&lt;/b&gt;&lt;br&gt;&lt;font color=&quot;#888888&quot;&gt;(cost, latency)&lt;/font&gt;" style="rounded=0;whiteSpace=wrap;html=1;fillColor=#f5f5f5;strokeColor=#CCCCCC;fontStyle=2;fontSize=10;" vertex="1" parent="1">
          <mxGeometry x="280" y="2570" width="180" height="50" as="geometry"/>
        </mxCell>
        <mxCell id="e_llm_log" style="dashed=1;strokeColor=#CCCCCC;" edge="1" source="n_llm" target="n_log_llm" parent="1">
          <mxGeometry relative="1" as="geometry"/>
        </mxCell>

        <!-- ===== PHASE 6 — PERSIST ===== -->
        <mxCell id="n_persist" value="&lt;b&gt;Upsert Package / Version&lt;/b&gt;&lt;br&gt;Create Scan row, write Findings&lt;br&gt;Store FileHash rows&lt;br&gt;mark_done(row, token)" style="rounded=1;whiteSpace=wrap;html=1;fillColor=#cce5ff;strokeColor=#3399ff;" vertex="1" parent="1">
          <mxGeometry x="480" y="2820" width="340" height="80" as="geometry"/>
        </mxCell>
        <mxCell id="e_override_persist" style="edgeStyle=orthogonalEdgeStyle;" edge="1" source="n_llm_override" target="n_persist" parent="1">
          <mxGeometry relative="1" as="geometry"/>
        </mxCell>
        <mxCell id="e_llmskip_persist" style="edgeStyle=orthogonalEdgeStyle;" edge="1" source="n_llm_skip" target="n_persist" parent="1">
          <mxGeometry relative="1" as="geometry">
            <Array as="points">
              <mxPoint x="885" y="2770"/>
              <mxPoint x="650" y="2770"/>
            </Array>
          </mxGeometry>
        </mxCell>

        <mxCell id="n_rulehit" value="&lt;b&gt;Bump RuleHit counters&lt;/b&gt;&lt;br&gt;&lt;font color=&quot;#888888&quot;&gt;(separate transaction — avoids deadlocks)&lt;/font&gt;" style="rounded=1;whiteSpace=wrap;html=1;fillColor=#cce5ff;strokeColor=#3399ff;" vertex="1" parent="1">
          <mxGeometry x="490" y="2930" width="320" height="50" as="geometry"/>
        </mxCell>
        <mxCell id="e_persist_rulehit" style="edgeStyle=orthogonalEdgeStyle;" edge="1" source="n_persist" target="n_rulehit" parent="1">
          <mxGeometry relative="1" as="geometry"/>
        </mxCell>

        <!-- Log scan_done -->
        <mxCell id="n_log_done" value="log: &lt;b&gt;scan_done&lt;/b&gt;&lt;br&gt;&lt;font color=&quot;#888888&quot;&gt;(verdict, score, n_findings, duration_s)&lt;/font&gt;" style="rounded=0;whiteSpace=wrap;html=1;fillColor=#f5f5f5;strokeColor=#CCCCCC;fontStyle=2;fontSize=10;" vertex="1" parent="1">
          <mxGeometry x="280" y="2940" width="210" height="40" as="geometry"/>
        </mxCell>
        <mxCell id="e_rulehit_log" style="dashed=1;strokeColor=#CCCCCC;" edge="1" source="n_rulehit" target="n_log_done" parent="1">
          <mxGeometry relative="1" as="geometry"/>
        </mxCell>

        <!-- ===== PHASE 7 — ALERT ===== -->
        <mxCell id="d_alert" value="&lt;b&gt;LLM confirmed&lt;br&gt;malicious?&lt;/b&gt;" style="rhombus;whiteSpace=wrap;html=1;fillColor=#fce4ec;strokeColor=#c62828;" vertex="1" parent="1">
          <mxGeometry x="585" y="3120" width="130" height="80" as="geometry"/>
        </mxCell>
        <mxCell id="e_rulehit_alert" style="edgeStyle=orthogonalEdgeStyle;" edge="1" source="n_rulehit" target="d_alert" parent="1">
          <mxGeometry relative="1" as="geometry"/>
        </mxCell>

        <mxCell id="n_discord" value="&lt;b&gt;Discord webhook&lt;/b&gt;&lt;br&gt;notification" style="rounded=1;whiteSpace=wrap;html=1;fillColor=#fce4ec;strokeColor=#c62828;" vertex="1" parent="1">
          <mxGeometry x="560" y="3240" width="180" height="50" as="geometry"/>
        </mxCell>
        <mxCell id="e_alert_yes" value="Yes" style="edgeStyle=orthogonalEdgeStyle;" edge="1" source="d_alert" target="n_discord" parent="1">
          <mxGeometry relative="1" as="geometry"/>
        </mxCell>

        <mxCell id="n_alert_skip" value="&lt;font color=&quot;#888888&quot;&gt;No alert&lt;/font&gt;" style="rounded=1;whiteSpace=wrap;html=1;fillColor=#fce4ec;strokeColor=#c62828;fontStyle=2;" vertex="1" parent="1">
          <mxGeometry x="810" y="3140" width="120" height="40" as="geometry"/>
        </mxCell>
        <mxCell id="e_alert_no" value="No" style="edgeStyle=orthogonalEdgeStyle;" edge="1" source="d_alert" target="n_alert_skip" parent="1">
          <mxGeometry relative="1" as="geometry"/>
        </mxCell>

        <!-- ===== FINALLY — CLEANUP ===== -->
        <mxCell id="n_cleanup" value="&lt;b&gt;Finally: Cleanup&lt;/b&gt;&lt;br&gt;Remove temp dirs&lt;br&gt;(extraction + archives)" style="rounded=1;whiteSpace=wrap;html=1;fillColor=#f5f5f5;strokeColor=#666666;fontColor=#333333;" vertex="1" parent="1">
          <mxGeometry x="530" y="3420" width="240" height="60" as="geometry"/>
        </mxCell>
        <mxCell id="e_discord_cleanup" style="edgeStyle=orthogonalEdgeStyle;" edge="1" source="n_discord" target="n_cleanup" parent="1">
          <mxGeometry relative="1" as="geometry"/>
        </mxCell>
        <mxCell id="e_alertskip_cleanup" style="edgeStyle=orthogonalEdgeStyle;" edge="1" source="n_alert_skip" target="n_cleanup" parent="1">
          <mxGeometry relative="1" as="geometry">
            <Array as="points">
              <mxPoint x="870" y="3390"/>
              <mxPoint x="650" y="3390"/>
            </Array>
          </mxGeometry>
        </mxCell>

        <!-- ===== END ===== -->
        <mxCell id="end" value="" style="ellipse;whiteSpace=wrap;html=1;fillColor=#333333;strokeColor=#333333;" vertex="1" parent="1">
          <mxGeometry x="630" y="3520" width="40" height="40" as="geometry"/>
        </mxCell>
        <mxCell id="e_cleanup_end" style="edgeStyle=orthogonalEdgeStyle;" edge="1" source="n_cleanup" target="end" parent="1">
          <mxGeometry relative="1" as="geometry"/>
        </mxCell>

        <!-- ===== ERROR PATH ===== -->
        <mxCell id="n_error" value="&lt;b&gt;ERROR PATH&lt;/b&gt;&lt;br&gt;&lt;br&gt;Any unhandled exception →&lt;br&gt;log: &lt;b&gt;pipeline_failed&lt;/b&gt;&lt;br&gt;&lt;font color=&quot;#888888&quot;&gt;(error_type, error)&lt;/font&gt;&lt;br&gt;→ mark_failed(row, token)&lt;br&gt;→ cleanup temp dirs" style="rounded=1;whiteSpace=wrap;html=1;fillColor=#f8cecc;strokeColor=#cc0000;fontColor=#cc0000;dashed=1;dashPattern=8 4;" vertex="1" parent="1">
          <mxGeometry x="1060" y="3610" width="260" height="130" as="geometry"/>
        </mxCell>
        <!-- Error path arrow from left side (any step can fail) -->
        <mxCell id="n_error_label" value="&lt;font color=&quot;#cc0000&quot;&gt;&lt;i&gt;Any step can reach&lt;br&gt;error path on exception&lt;/i&gt;&lt;/font&gt;" style="text;html=1;align=center;verticalAlign=middle;fontSize=10;" vertex="1" parent="1">
          <mxGeometry x="1100" y="3560" width="180" height="40" as="geometry"/>
        </mxCell>

        <!-- Error → End -->
        <mxCell id="e_error_end" style="edgeStyle=orthogonalEdgeStyle;strokeColor=#cc0000;dashed=1;" edge="1" source="n_error" target="end" parent="1">
          <mxGeometry relative="1" as="geometry">
            <Array as="points">
              <mxPoint x="1190" y="3780"/>
              <mxPoint x="650" y="3780"/>
              <mxPoint x="650" y="3560"/>
            </Array>
          </mxGeometry>
        </mxCell>

        <!-- ===== LEGEND ===== -->
        <mxCell id="legend_bg" value="" style="rounded=1;whiteSpace=wrap;html=1;fillColor=#fafafa;strokeColor=#cccccc;" vertex="1" parent="1">
          <mxGeometry x="30" y="80" width="180" height="340" as="geometry"/>
        </mxCell>
        <mxCell id="legend_title" value="&lt;b&gt;Legend&lt;/b&gt;" style="text;html=1;align=center;verticalAlign=middle;fontSize=12;" vertex="1" parent="1">
          <mxGeometry x="80" y="85" width="80" height="25" as="geometry"/>
        </mxCell>
        <mxCell id="leg1" value="" style="rounded=1;whiteSpace=wrap;html=1;fillColor=#dae8fc;strokeColor=#6c8ebf;" vertex="1" parent="1">
          <mxGeometry x="45" y="120" width="20" height="14" as="geometry"/>
        </mxCell>
        <mxCell id="leg1t" value="Phase 1 — Fetch" style="text;html=1;align=left;fontSize=10;" vertex="1" parent="1">
          <mxGeometry x="72" y="115" width="130" height="24" as="geometry"/>
        </mxCell>
        <mxCell id="leg2" value="" style="rounded=1;whiteSpace=wrap;html=1;fillColor=#d5e8d4;strokeColor=#82b366;" vertex="1" parent="1">
          <mxGeometry x="45" y="150" width="20" height="14" as="geometry"/>
        </mxCell>
        <mxCell id="leg2t" value="Phase 1.5 — Extract" style="text;html=1;align=left;fontSize=10;" vertex="1" parent="1">
          <mxGeometry x="72" y="145" width="130" height="24" as="geometry"/>
        </mxCell>
        <mxCell id="leg3" value="" style="rounded=1;whiteSpace=wrap;html=1;fillColor=#fff2cc;strokeColor=#d6b656;" vertex="1" parent="1">
          <mxGeometry x="45" y="180" width="20" height="14" as="geometry"/>
        </mxCell>
        <mxCell id="leg3t" value="Phase 2 — Code Diff" style="text;html=1;align=left;fontSize=10;" vertex="1" parent="1">
          <mxGeometry x="72" y="175" width="130" height="24" as="geometry"/>
        </mxCell>
        <mxCell id="leg4" value="" style="rounded=1;whiteSpace=wrap;html=1;fillColor=#e1d5e7;strokeColor=#9673a6;" vertex="1" parent="1">
          <mxGeometry x="45" y="210" width="20" height="14" as="geometry"/>
        </mxCell>
        <mxCell id="leg4t" value="Phase 2.5 — Analyze" style="text;html=1;align=left;fontSize=10;" vertex="1" parent="1">
          <mxGeometry x="72" y="205" width="130" height="24" as="geometry"/>
        </mxCell>
        <mxCell id="leg5" value="" style="rounded=1;whiteSpace=wrap;html=1;fillColor=#f8cecc;strokeColor=#b85450;" vertex="1" parent="1">
          <mxGeometry x="45" y="240" width="20" height="14" as="geometry"/>
        </mxCell>
        <mxCell id="leg5t" value="Phase 3 — Score" style="text;html=1;align=left;fontSize=10;" vertex="1" parent="1">
          <mxGeometry x="72" y="235" width="130" height="24" as="geometry"/>
        </mxCell>
        <mxCell id="leg6" value="" style="rounded=1;whiteSpace=wrap;html=1;fillColor=#ffe6cc;strokeColor=#d79b00;" vertex="1" parent="1">
          <mxGeometry x="45" y="270" width="20" height="14" as="geometry"/>
        </mxCell>
        <mxCell id="leg6t" value="Phase 4 — Detonation" style="text;html=1;align=left;fontSize=10;" vertex="1" parent="1">
          <mxGeometry x="72" y="265" width="130" height="24" as="geometry"/>
        </mxCell>
        <mxCell id="leg7" value="" style="rounded=1;whiteSpace=wrap;html=1;fillColor=#f0e6ff;strokeColor=#7c5cbf;" vertex="1" parent="1">
          <mxGeometry x="45" y="300" width="20" height="14" as="geometry"/>
        </mxCell>
        <mxCell id="leg7t" value="Phase 5 — LLM Triage" style="text;html=1;align=left;fontSize=10;" vertex="1" parent="1">
          <mxGeometry x="72" y="295" width="130" height="24" as="geometry"/>
        </mxCell>
        <mxCell id="leg8" value="" style="rounded=1;whiteSpace=wrap;html=1;fillColor=#cce5ff;strokeColor=#3399ff;" vertex="1" parent="1">
          <mxGeometry x="45" y="330" width="20" height="14" as="geometry"/>
        </mxCell>
        <mxCell id="leg8t" value="Phase 6 — Persist" style="text;html=1;align=left;fontSize=10;" vertex="1" parent="1">
          <mxGeometry x="72" y="325" width="130" height="24" as="geometry"/>
        </mxCell>
        <mxCell id="leg9" value="" style="rounded=1;whiteSpace=wrap;html=1;fillColor=#fce4ec;strokeColor=#c62828;" vertex="1" parent="1">
          <mxGeometry x="45" y="360" width="20" height="14" as="geometry"/>
        </mxCell>
        <mxCell id="leg9t" value="Phase 7 — Alert" style="text;html=1;align=left;fontSize=10;" vertex="1" parent="1">
          <mxGeometry x="72" y="355" width="130" height="24" as="geometry"/>
        </mxCell>
        <mxCell id="leg10" value="" style="rounded=0;whiteSpace=wrap;html=1;fillColor=#f5f5f5;strokeColor=#CCCCCC;" vertex="1" parent="1">
          <mxGeometry x="45" y="390" width="20" height="14" as="geometry"/>
        </mxCell>
        <mxCell id="leg10t" value="Log events" style="text;html=1;align=left;fontSize=10;" vertex="1" parent="1">
          <mxGeometry x="72" y="385" width="130" height="24" as="geometry"/>
        </mxCell>

      </root>
    </mxGraphModel>
  </diagram>
</mxfile>
